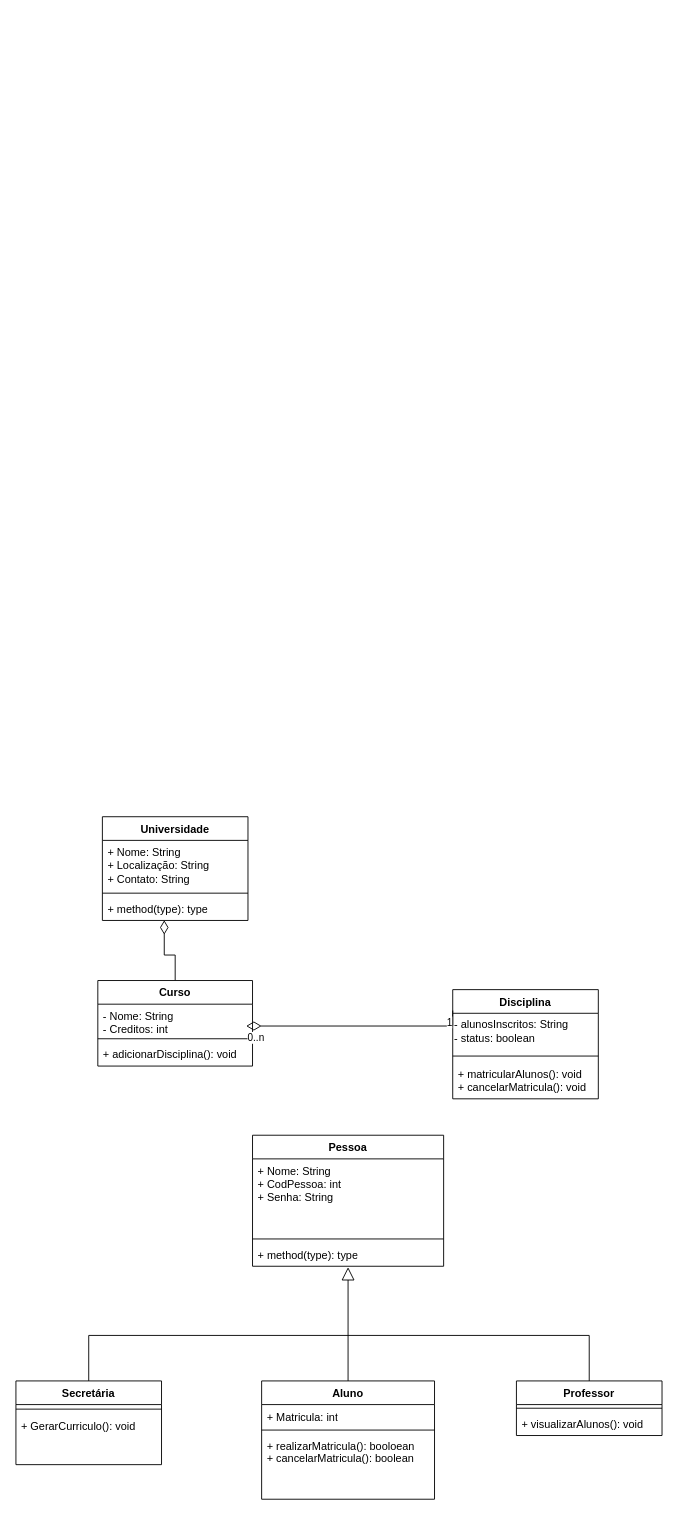
Before: projeto/DiagramaClasse.drawio in samuelincoln1/Projeto-LDS, a draw.io diagram. Source tidied: cells renumbered, new cells numbered last; positions are measured from the earlier drawing's top-left corner, leaving out a move shared by most shapes. Both pictures are drawn from the tidied source at 91%, with x=0, y=0 at pixel (15, 816).
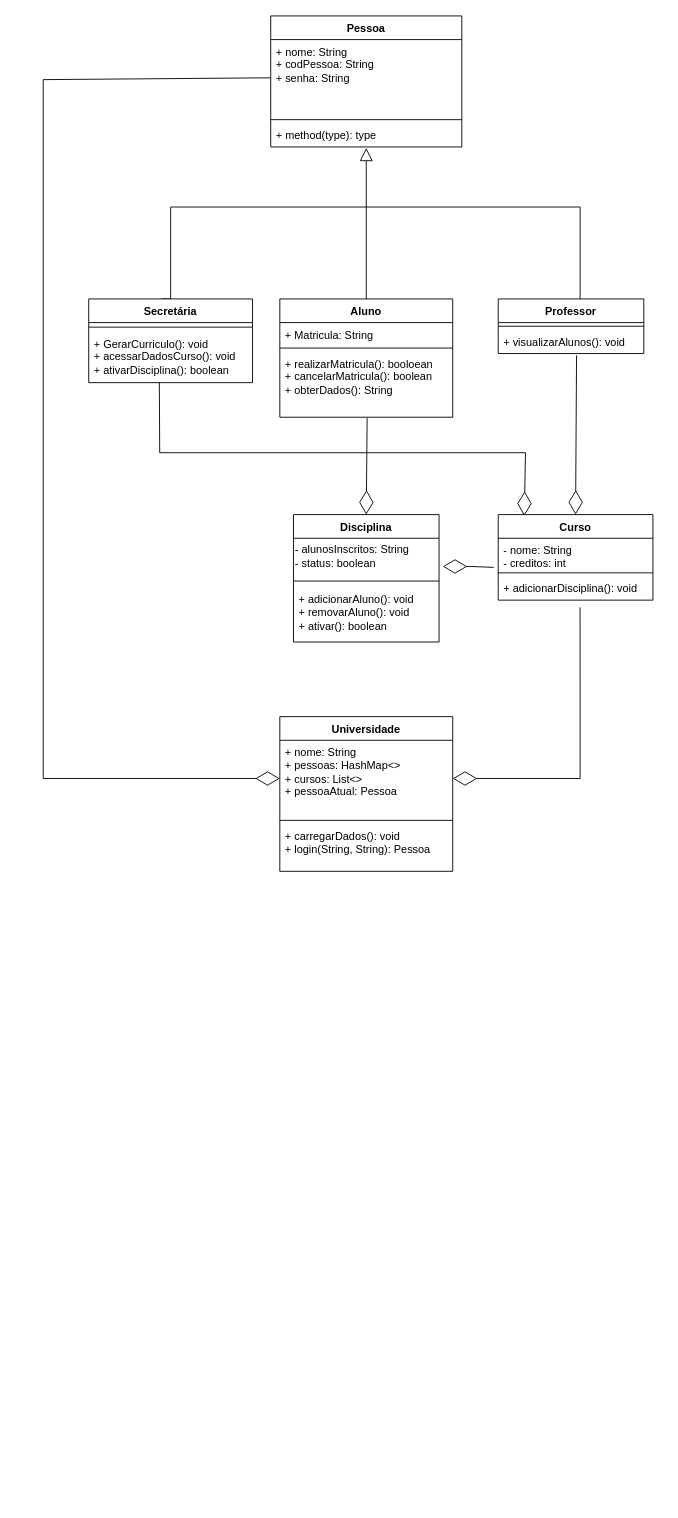
The same diagram, later.

The change refers to these unchanged cells:
```xml
<mxCell id="6" value="+ adicionarDisciplina(): void" style="text;strokeColor=none;fillColor=none;align=left;verticalAlign=top;spacingLeft=4;spacingRight=4;overflow=hidden;points=[[0,0.5],[1,0.5]];portConstraint=eastwest;whiteSpace=wrap;html=1;" parent="3" vertex="1">
  <mxGeometry y="68" width="170" height="26" as="geometry" />
</mxCell>
<mxCell id="8" value="- alunosInscritos: String&lt;br&gt;- status: boolean" style="text;html=1;align=left;verticalAlign=middle;points=[];strokeColor=none;fillColor=none;" parent="7" vertex="1">
  <mxGeometry y="26" width="160" height="40" as="geometry" />
</mxCell>
<mxCell id="23" value="+ visualizarAlunos(): void" style="text;strokeColor=none;fillColor=none;align=left;verticalAlign=top;spacingLeft=4;spacingRight=4;overflow=hidden;points=[[0,0.5],[1,0.5]];portConstraint=eastwest;whiteSpace=wrap;html=1;" parent="21" vertex="1">
  <mxGeometry y="34" width="160" height="26" as="geometry" />
</mxCell>
```

What changed in the source:
```diff
@@
-    <mxCell id="2" style="edgeStyle=orthogonalEdgeStyle;rounded=0;jettySize=auto;html=1;entryX=0.425;entryY=0.989;entryDx=0;entryDy=0;entryPerimeter=0;endArrow=diamondThin;endFill=0;endSize=13;strokeWidth=1;" parent="1" edge="1" source="3" target="33">
-      <mxGeometry relative="1" as="geometry" />
-    </mxCell>
     <mxCell id="3" value="Curso" style="swimlane;fontStyle=1;align=center;verticalAlign=top;horizontal=1;startSize=26;whiteSpace=wrap;html=1;" parent="1" vertex="1">
-      <mxGeometry x="90" y="180" width="170" height="94" as="geometry" />
+      <mxGeometry x="530" y="-332" width="170" height="94" as="geometry" />
     </mxCell>
-    <mxCell id="4" value="- Nome: String&lt;br style=&quot;border-color: var(--border-color);&quot;&gt;- Creditos: int" style="text;strokeColor=none;fillColor=none;align=left;verticalAlign=top;spacingLeft=4;spacingRight=4;overflow=hidden;points=[[0,0.5],[1,0.5]];portConstraint=eastwest;whiteSpace=wrap;html=1;" parent="3" vertex="1">
+    <mxCell id="4" value="- nome: String&lt;br style=&quot;border-color: var(--border-color);&quot;&gt;- creditos: int" style="text;strokeColor=none;fillColor=none;align=left;verticalAlign=top;spacingLeft=4;spacingRight=4;overflow=hidden;points=[[0,0.5],[1,0.5]];portConstraint=eastwest;whiteSpace=wrap;html=1;" parent="3" vertex="1">
       <mxGeometry y="26" width="170" height="34" as="geometry" />
     </mxCell>
@@
     <mxCell id="7" value="Disciplina" style="swimlane;fontStyle=1;align=center;verticalAlign=top;horizontal=1;startSize=26;whiteSpace=wrap;html=1;" parent="1" vertex="1">
-      <mxGeometry x="480" y="190" width="160" height="120" as="geometry" />
+      <mxGeometry x="305" y="-332" width="160" height="140" as="geometry" />
     </mxCell>
@@
-    <mxCell id="10" value="+ matricularAlunos(): void&lt;br&gt;+ cancelarMatricula(): void" style="text;strokeColor=none;fillColor=none;align=left;verticalAlign=top;spacingLeft=4;spacingRight=4;overflow=hidden;whiteSpace=wrap;html=1;" parent="7" vertex="1">
-      <mxGeometry y="80" width="160" height="40" as="geometry" />
+    <mxCell id="10" value="+ adicionarAluno(): void&lt;br&gt;+ removarAluno(): void&lt;br&gt;+ ativar(): boolean" style="text;strokeColor=none;fillColor=none;align=left;verticalAlign=top;spacingLeft=4;spacingRight=4;overflow=hidden;whiteSpace=wrap;html=1;" parent="7" vertex="1">
+      <mxGeometry y="80" width="160" height="60" as="geometry" />
     </mxCell>
@@
     <mxCell id="12" value="Aluno" style="swimlane;fontStyle=1;align=center;verticalAlign=top;horizontal=1;startSize=26;whiteSpace=wrap;html=1;" parent="1" vertex="1">
-      <mxGeometry x="270" y="620" width="190" height="130" as="geometry" />
+      <mxGeometry x="290" y="-569" width="190" height="130" as="geometry" />
     </mxCell>
-    <mxCell id="13" value="+ Matricula: int" style="text;strokeColor=none;fillColor=none;align=left;verticalAlign=top;spacingLeft=4;spacingRight=4;overflow=hidden;whiteSpace=wrap;html=1;" parent="12" vertex="1">
+    <mxCell id="13" value="+ Matricula: String" style="text;strokeColor=none;fillColor=none;align=left;verticalAlign=top;spacingLeft=4;spacingRight=4;overflow=hidden;whiteSpace=wrap;html=1;" parent="12" vertex="1">
       <mxGeometry y="26" width="190" height="24" as="geometry" />
     </mxCell>
@@
-    <mxCell id="15" value="+ realizarMatricula(): booloean&lt;br&gt;+ cancelarMatricula(): boolean" style="text;strokeColor=none;fillColor=none;align=left;verticalAlign=top;spacingLeft=4;spacingRight=4;overflow=hidden;points=[[0,0.5],[1,0.5]];portConstraint=eastwest;whiteSpace=wrap;html=1;" parent="12" vertex="1">
+    <mxCell id="15" value="+ realizarMatricula(): booloean&lt;br&gt;+ cancelarMatricula(): boolean&lt;br&gt;+ obterDados(): String" style="text;strokeColor=none;fillColor=none;align=left;verticalAlign=top;spacingLeft=4;spacingRight=4;overflow=hidden;points=[[0,0.5],[1,0.5]];portConstraint=eastwest;whiteSpace=wrap;html=1;" parent="12" vertex="1">
       <mxGeometry y="58" width="190" height="72" as="geometry" />
     </mxCell>
     <mxCell id="16" value="Pessoa" style="swimlane;fontStyle=1;align=center;verticalAlign=top;horizontal=1;startSize=26;whiteSpace=wrap;html=1;" parent="1" vertex="1">
-      <mxGeometry x="260" y="350" width="210" height="144" as="geometry" />
+      <mxGeometry x="280" y="-880" width="210" height="144" as="geometry" />
     </mxCell>
-    <mxCell id="17" value="+ Nome: String&lt;br&gt;+ CodPessoa: int&lt;br&gt;+ Senha: String" style="text;strokeColor=none;fillColor=none;align=left;verticalAlign=top;spacingLeft=4;spacingRight=4;overflow=hidden;points=[[0,0.5],[1,0.5]];portConstraint=eastwest;whiteSpace=wrap;html=1;" parent="16" vertex="1">
+    <mxCell id="17" value="+ nome: String&lt;br&gt;+ codPessoa: String&lt;br&gt;+ senha: String" style="text;strokeColor=none;fillColor=none;align=left;verticalAlign=top;spacingLeft=4;spacingRight=4;overflow=hidden;points=[[0,0.5],[1,0.5]];portConstraint=eastwest;whiteSpace=wrap;html=1;" parent="16" vertex="1">
       <mxGeometry y="26" width="210" height="84" as="geometry" />
     </mxCell>
@@
     <mxCell id="20" style="edgeStyle=orthogonalEdgeStyle;rounded=0;jettySize=auto;html=1;endArrow=none;endFill=0;entryX=0.5;entryY=0;entryDx=0;entryDy=0;" parent="1" edge="1" source="21" target="24">
       <mxGeometry relative="1" as="geometry">
         <Array as="points">
-          <mxPoint x="630" y="570" />
-          <mxPoint x="80" y="570" />
+          <mxPoint x="620" y="-670" />
+          <mxPoint x="170" y="-670" />
+          <mxPoint x="170" y="-550" />
+          <mxPoint x="160" y="-550" />
         </Array>
       </mxGeometry>
     </mxCell>
     <mxCell id="21" value="Professor" style="swimlane;fontStyle=1;align=center;verticalAlign=top;horizontal=1;startSize=26;whiteSpace=wrap;html=1;" parent="1" vertex="1">
-      <mxGeometry x="550" y="620" width="160" height="60" as="geometry" />
+      <mxGeometry x="530" y="-569" width="160" height="60" as="geometry" />
     </mxCell>
@@
     <mxCell id="24" value="Secretária" style="swimlane;fontStyle=1;align=center;verticalAlign=top;horizontal=1;startSize=26;whiteSpace=wrap;html=1;" parent="1" vertex="1">
-      <mxGeometry y="620" width="160" height="92" as="geometry" />
+      <mxGeometry x="80" y="-569" width="180" height="92" as="geometry" />
     </mxCell>
     <mxCell id="25" style="line;strokeWidth=1;fillColor=none;align=left;verticalAlign=middle;spacingTop=-1;spacingLeft=3;spacingRight=3;labelPosition=right;strokeColor=inherit;" parent="24" vertex="1">
-      <mxGeometry y="26" width="160" height="10" as="geometry" />
+      <mxGeometry y="26" width="180" height="10" as="geometry" />
     </mxCell>
-    <mxCell id="26" value="+ GerarCurriculo(): void" style="text;strokeColor=none;fillColor=none;align=left;verticalAlign=top;spacingLeft=4;spacingRight=4;overflow=hidden;whiteSpace=wrap;html=1;" parent="24" vertex="1">
-      <mxGeometry y="36" width="160" height="56" as="geometry" />
+    <mxCell id="26" value="+ GerarCurriculo(): void&lt;br&gt;+ acessarDadosCurso(): void&lt;br&gt;+ ativarDisciplina(): boolean" style="text;strokeColor=none;fillColor=none;align=left;verticalAlign=top;spacingLeft=4;spacingRight=4;overflow=hidden;whiteSpace=wrap;html=1;" parent="24" vertex="1">
+      <mxGeometry y="36" width="180" height="56" as="geometry" />
     </mxCell>
-    <mxCell id="27" style="endArrow=none;html=1;endSize=12;startArrow=diamondThin;startSize=14;startFill=0;edgeStyle=orthogonalEdgeStyle;rounded=0;entryX=0;entryY=0.5;entryDx=0;entryDy=0;endFill=0;" parent="1" edge="1">
-      <mxGeometry relative="1" as="geometry">
-        <mxPoint x="253" y="230" as="sourcePoint" />
-        <mxPoint x="480" y="213" as="targetPoint" />
-        <Array as="points">
-          <mxPoint x="480" y="230" />
-        </Array>
-      </mxGeometry>
-    </mxCell>
-    <mxCell id="28" value="0..n" style="edgeLabel;html=1;align=left;verticalAlign=top;" parent="27" vertex="1">
-      <mxGeometry x="-1" relative="1" as="geometry" />
-    </mxCell>
-    <mxCell id="29" value="1" style="edgeLabel;html=1;align=right;verticalAlign=top;" parent="27" vertex="1">
-      <mxGeometry x="1" relative="1" as="geometry" />
-    </mxCell>
     <mxCell id="30" value="Universidade" style="swimlane;fontStyle=1;align=center;verticalAlign=top;horizontal=1;startSize=26;whiteSpace=wrap;html=1;" parent="1" vertex="1">
-      <mxGeometry x="95" width="160" height="114" as="geometry" />
+      <mxGeometry x="290" y="-110" width="190" height="170" as="geometry" />
     </mxCell>
-    <mxCell id="31" value="+ Nome: String&lt;br style=&quot;border-color: var(--border-color);&quot;&gt;+ Localização: String&lt;br&gt;+ Contato: String" style="text;strokeColor=none;fillColor=none;align=left;verticalAlign=top;spacingLeft=4;spacingRight=4;overflow=hidden;points=[[0,0.5],[1,0.5]];portConstraint=eastwest;whiteSpace=wrap;html=1;" parent="30" vertex="1">
-      <mxGeometry y="26" width="160" height="54" as="geometry" />
+    <mxCell id="31" value="+ nome: String&lt;br style=&quot;border-color: var(--border-color);&quot;&gt;+ pessoas: HashMap&amp;lt;&amp;gt;&lt;br&gt;+ cursos: List&amp;lt;&amp;gt;&lt;br&gt;+ pessoaAtual: Pessoa" style="text;strokeColor=none;fillColor=none;align=left;verticalAlign=top;spacingLeft=4;spacingRight=4;overflow=hidden;points=[[0,0.5],[1,0.5]];portConstraint=eastwest;whiteSpace=wrap;html=1;" parent="30" vertex="1">
+      <mxGeometry y="26" width="190" height="84" as="geometry" />
     </mxCell>
     <mxCell id="32" style="line;strokeWidth=1;fillColor=none;align=left;verticalAlign=middle;spacingTop=-1;spacingLeft=3;spacingRight=3;labelPosition=right;strokeColor=inherit;" parent="30" vertex="1">
-      <mxGeometry y="80" width="160" height="8" as="geometry" />
+      <mxGeometry y="110" width="190" height="8" as="geometry" />
     </mxCell>
-    <mxCell id="33" value="+ method(type): type" style="text;strokeColor=none;fillColor=none;align=left;verticalAlign=top;spacingLeft=4;spacingRight=4;overflow=hidden;points=[[0,0.5],[1,0.5]];portConstraint=eastwest;whiteSpace=wrap;html=1;" parent="30" vertex="1">
-      <mxGeometry y="88" width="160" height="26" as="geometry" />
+    <mxCell id="33" value="+ carregarDados(): void&lt;br&gt;+ login(String, String): Pessoa" style="text;strokeColor=none;fillColor=none;align=left;verticalAlign=top;spacingLeft=4;spacingRight=4;overflow=hidden;points=[[0,0.5],[1,0.5]];portConstraint=eastwest;whiteSpace=wrap;html=1;" parent="30" vertex="1">
+      <mxGeometry y="118" width="190" height="52" as="geometry" />
     </mxCell>
+    <mxCell id="34" style="endArrow=diamondThin;endFill=0;endSize=24;html=1;rounded=0;exitX=-0.029;exitY=0.941;exitDx=0;exitDy=0;entryX=1.025;entryY=0.775;entryDx=0;entryDy=0;entryPerimeter=0;exitPerimeter=0;" parent="1" edge="1" source="4" target="8">
+      <mxGeometry relative="1" as="geometry">
+        <Array as="points">
+          <mxPoint x="500" y="-275" />
+        </Array>
+      </mxGeometry>
+    </mxCell>
+    <mxCell id="35" style="endArrow=diamondThin;endFill=0;endSize=24;html=1;rounded=0;entryX=0.5;entryY=0;entryDx=0;entryDy=0;exitX=0.505;exitY=1.014;exitDx=0;exitDy=0;exitPerimeter=0;" parent="1" edge="1" source="15" target="7">
+      <mxGeometry relative="1" as="geometry" />
+    </mxCell>
+    <mxCell id="36" style="endArrow=diamondThin;endFill=0;endSize=24;html=1;rounded=0;exitX=0.529;exitY=1.308;exitDx=0;exitDy=0;entryX=1;entryY=0.5;entryDx=0;entryDy=0;exitPerimeter=0;" parent="1" edge="1" source="6" target="31">
+      <mxGeometry relative="1" as="geometry">
+        <Array as="points">
+          <mxPoint x="620" y="-42" />
+        </Array>
+      </mxGeometry>
+    </mxCell>
+    <mxCell id="37" style="endArrow=diamondThin;endFill=0;endSize=24;html=1;rounded=0;exitX=0.538;exitY=1.077;exitDx=0;exitDy=0;entryX=0.5;entryY=0;entryDx=0;entryDy=0;exitPerimeter=0;" parent="1" edge="1" source="23" target="3">
+      <mxGeometry relative="1" as="geometry" />
+    </mxCell>
+    <mxCell id="38" style="endArrow=diamondThin;endFill=0;endSize=24;html=1;rounded=0;exitX=0;exitY=0.5;exitDx=0;exitDy=0;entryX=0;entryY=0.5;entryDx=0;entryDy=0;" parent="1" edge="1" source="17" target="31">
+      <mxGeometry relative="1" as="geometry">
+        <Array as="points">
+          <mxPoint x="30" y="-810" />
+          <mxPoint x="30" y="-42" />
+        </Array>
+      </mxGeometry>
+    </mxCell>
+    <mxCell id="39" style="endArrow=diamondThin;endFill=0;endSize=24;html=1;rounded=0;entryX=0.168;entryY=0.015;entryDx=0;entryDy=0;exitX=0.485;exitY=1.001;exitDx=0;exitDy=0;exitPerimeter=0;entryPerimeter=0;" parent="1" edge="1" target="3">
+      <mxGeometry relative="1" as="geometry">
+        <mxPoint x="157.6" y="-476.9" as="sourcePoint" />
+        <Array as="points">
+          <mxPoint x="158" y="-400" />
+          <mxPoint x="560" y="-400" />
+        </Array>
+      </mxGeometry>
+    </mxCell>
```
